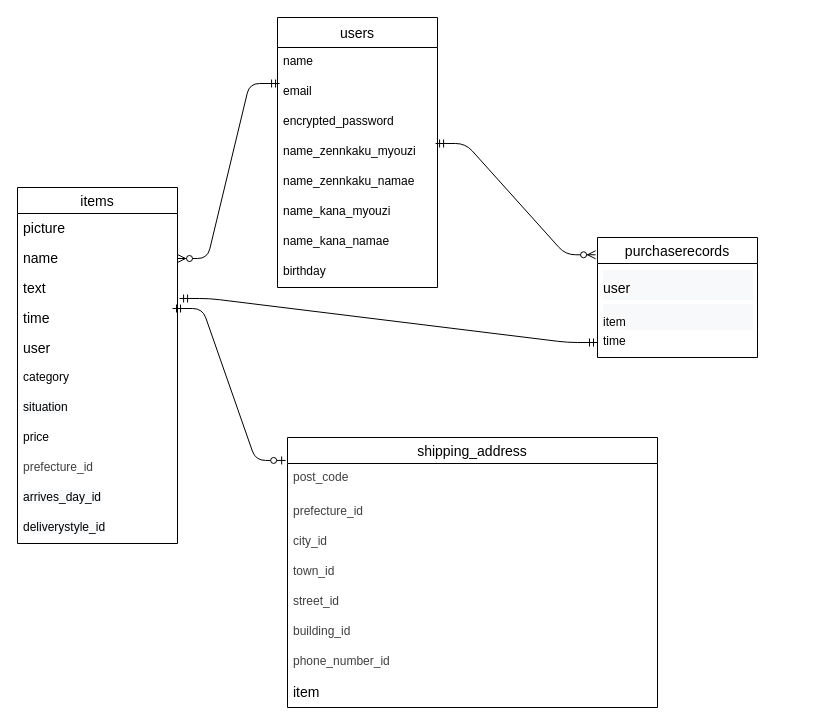
The draw.io diagram .dio in yamashita2902/furima-41809, before the edit. Source tidied: cells renumbered, new cells numbered last; positions are measured from the earlier drawing's top-left corner, leaving out a move shared by most shapes. Both pictures are drawn from the tidied source at 100%, with x=0, y=0 at pixel (17, 17).
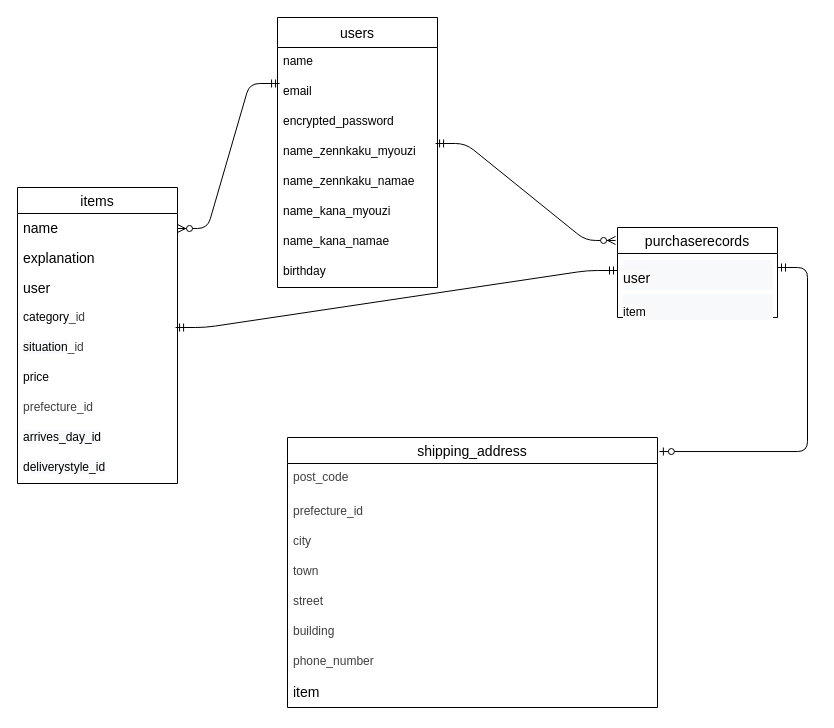
The same page after the edit.

Commit message (it also covers changes not shown here):
データベース設計修正２

Unchanged cells that the change refers to:
```xml
<mxCell id="24" value="&lt;pre class=&quot;tw-data-text tw-text-large tw-ta&quot; id=&quot;tw-target-text&quot; dir=&quot;ltr&quot; aria-label=&quot;訳文: purchase record&quot; style=&quot;line-height: 36px; background-color: rgb(248, 249, 250); border: none; padding: 2px 0.14em 2px 0px; position: relative; margin-top: -2px; margin-bottom: -2px; resize: none; font-family: inherit; overflow: hidden; width: 270px; text-wrap: wrap; overflow-wrap: break-word; color: rgb(31, 31, 31);&quot;&gt;&lt;span style=&quot;color: rgb(0, 0, 0); font-size: 14px; white-space: nowrap; background-color: rgb(251, 251, 251);&quot;&gt;user&lt;/span&gt;&lt;br&gt;&lt;/pre&gt;" style="text;strokeColor=none;fillColor=none;spacingLeft=4;spacingRight=4;overflow=hidden;points=[[0,0.5],[1,0.5]];portConstraint=eastwest;fontSize=12;whiteSpace=wrap;html=1;labelPosition=center;verticalLabelPosition=middle;align=left;verticalAlign=top;" parent="23" vertex="1">
  <mxGeometry y="26" width="160" height="34" as="geometry" />
</mxCell>
<mxCell id="27" value="shipping_address" style="swimlane;fontStyle=0;horizontal=1;startSize=26;align=center;fontSize=14;" parent="1" vertex="1">
  <mxGeometry x="270" y="420" width="370" height="270" as="geometry" />
</mxCell>
```

What changed in the source:
```diff
@@
     <mxCell id="11" value="items" style="swimlane;fontStyle=0;horizontal=1;startSize=26;align=center;fontSize=14;" parent="1" vertex="1">
-      <mxGeometry y="170" width="160" height="356" as="geometry" />
+      <mxGeometry y="170" width="160" height="296" as="geometry" />
     </mxCell>
-    <mxCell id="12" value="&lt;span style=&quot;color: rgb(0, 0, 0); font-size: 14px; text-align: center; text-wrap: nowrap;&quot;&gt;picture&lt;/span&gt;" style="text;strokeColor=none;fillColor=none;spacingLeft=4;spacingRight=4;overflow=hidden;fontSize=12;whiteSpace=wrap;html=1;" parent="11" vertex="1">
-      <mxGeometry y="26" width="160" height="30" as="geometry" />
-    </mxCell>
     <mxCell id="13" value="&lt;span style=&quot;color: rgb(0, 0, 0); font-size: 14px; text-align: center; text-wrap: nowrap;&quot;&gt;name&lt;/span&gt;" style="text;strokeColor=none;fillColor=none;spacingLeft=4;spacingRight=4;overflow=hidden;points=[[0,0.5],[1,0.5]];portConstraint=eastwest;fontSize=12;whiteSpace=wrap;html=1;" parent="11" vertex="1">
-      <mxGeometry y="56" width="160" height="30" as="geometry" />
+      <mxGeometry y="26" width="160" height="30" as="geometry" />
     </mxCell>
-    <mxCell id="14" value="&lt;span style=&quot;color: rgb(0, 0, 0); font-size: 14px; text-align: center; text-wrap: nowrap;&quot;&gt;text&lt;/span&gt;" style="text;strokeColor=none;fillColor=none;spacingLeft=4;spacingRight=4;overflow=hidden;points=[[0,0.5],[1,0.5]];portConstraint=eastwest;fontSize=12;whiteSpace=wrap;html=1;" parent="11" vertex="1">
-      <mxGeometry y="86" width="160" height="30" as="geometry" />
+    <mxCell id="14" value="&lt;div style=&quot;text-align: center;&quot;&gt;&lt;span style=&quot;background-color: transparent; font-size: 14px; text-wrap-mode: nowrap;&quot;&gt;explanation&lt;/span&gt;&lt;/div&gt;" style="text;strokeColor=none;fillColor=none;spacingLeft=4;spacingRight=4;overflow=hidden;points=[[0,0.5],[1,0.5]];portConstraint=eastwest;fontSize=12;whiteSpace=wrap;html=1;" parent="11" vertex="1">
+      <mxGeometry y="56" width="160" height="30" as="geometry" />
     </mxCell>
-    <mxCell id="15" value="&lt;span style=&quot;color: rgb(0, 0, 0); font-size: 14px; text-align: center; text-wrap: nowrap;&quot;&gt;time&lt;/span&gt;" style="text;strokeColor=none;fillColor=none;spacingLeft=4;spacingRight=4;overflow=hidden;points=[[0,0.5],[1,0.5]];portConstraint=eastwest;fontSize=12;whiteSpace=wrap;html=1;" parent="11" vertex="1">
-      <mxGeometry y="116" width="160" height="30" as="geometry" />
-    </mxCell>
     <mxCell id="16" value="&lt;span style=&quot;color: rgb(0, 0, 0); font-size: 14px; text-align: center; text-wrap: nowrap;&quot;&gt;user&lt;/span&gt;" style="text;strokeColor=none;fillColor=none;spacingLeft=4;spacingRight=4;overflow=hidden;fontSize=12;whiteSpace=wrap;html=1;" parent="11" vertex="1">
-      <mxGeometry y="146" width="160" height="30" as="geometry" />
+      <mxGeometry y="86" width="160" height="30" as="geometry" />
     </mxCell>
-    <mxCell id="17" value="category" style="text;strokeColor=none;fillColor=none;spacingLeft=4;spacingRight=4;overflow=hidden;points=[[0,0.5],[1,0.5]];portConstraint=eastwest;fontSize=12;whiteSpace=wrap;html=1;" parent="11" vertex="1">
-      <mxGeometry y="176" width="160" height="30" as="geometry" />
+    <mxCell id="17" value="category&lt;span style=&quot;color: rgb(63, 63, 63);&quot;&gt;_id&lt;/span&gt;" style="text;strokeColor=none;fillColor=none;spacingLeft=4;spacingRight=4;overflow=hidden;points=[[0,0.5],[1,0.5]];portConstraint=eastwest;fontSize=12;whiteSpace=wrap;html=1;" parent="11" vertex="1">
+      <mxGeometry y="116" width="160" height="30" as="geometry" />
     </mxCell>
-    <mxCell id="18" value="&lt;font&gt;&lt;span style=&quot;background-color: rgb(248, 249, 250); font-family: inherit;&quot;&gt;situation&lt;/span&gt;&lt;/font&gt;" style="text;strokeColor=none;fillColor=none;spacingLeft=4;spacingRight=4;overflow=hidden;fontSize=12;whiteSpace=wrap;html=1;" parent="11" vertex="1">
-      <mxGeometry y="206" width="160" height="30" as="geometry" />
+    <mxCell id="18" value="&lt;font&gt;&lt;span style=&quot;background-color: rgb(248, 249, 250); font-family: inherit;&quot;&gt;situation&lt;/span&gt;&lt;/font&gt;&lt;span style=&quot;color: rgb(63, 63, 63);&quot;&gt;_id&lt;/span&gt;" style="text;strokeColor=none;fillColor=none;spacingLeft=4;spacingRight=4;overflow=hidden;fontSize=12;whiteSpace=wrap;html=1;" parent="11" vertex="1">
+      <mxGeometry y="146" width="160" height="30" as="geometry" />
     </mxCell>
     <mxCell id="19" value="price" style="text;strokeColor=none;fillColor=none;spacingLeft=4;spacingRight=4;overflow=hidden;fontSize=12;whiteSpace=wrap;html=1;" parent="11" vertex="1">
-      <mxGeometry y="236" width="160" height="30" as="geometry" />
+      <mxGeometry y="176" width="160" height="30" as="geometry" />
     </mxCell>
     <mxCell id="20" value="&lt;span style=&quot;color: rgb(63, 63, 63);&quot;&gt;prefecture_id&lt;/span&gt;" style="text;strokeColor=none;fillColor=none;spacingLeft=4;spacingRight=4;overflow=hidden;fontSize=12;whiteSpace=wrap;html=1;" parent="11" vertex="1">
-      <mxGeometry y="266" width="160" height="30" as="geometry" />
+      <mxGeometry y="206" width="160" height="30" as="geometry" />
     </mxCell>
     <mxCell id="21" value="&lt;span style=&quot;background-color: rgb(248, 249, 250); font-family: inherit;&quot;&gt;arrives_day_id&lt;/span&gt;" style="text;strokeColor=none;fillColor=none;spacingLeft=4;spacingRight=4;overflow=hidden;fontSize=12;whiteSpace=wrap;html=1;" parent="11" vertex="1">
-      <mxGeometry y="296" width="160" height="30" as="geometry" />
+      <mxGeometry y="236" width="160" height="30" as="geometry" />
     </mxCell>
     <mxCell id="22" value="&lt;font&gt;d&lt;span style=&quot;background-color: rgb(248, 249, 250); font-family: inherit;&quot;&gt;eliverystyle_id&lt;/span&gt;&lt;/font&gt;" style="text;strokeColor=none;fillColor=none;spacingLeft=4;spacingRight=4;overflow=hidden;fontSize=12;whiteSpace=wrap;html=1;" parent="11" vertex="1">
-      <mxGeometry y="326" width="160" height="30" as="geometry" />
+      <mxGeometry y="266" width="160" height="30" as="geometry" />
     </mxCell>
     <mxCell id="23" value="purchaserecords" style="swimlane;fontStyle=0;horizontal=1;startSize=26;align=center;fontSize=14;" parent="1" vertex="1">
-      <mxGeometry x="580" y="220" width="160" height="120" as="geometry" />
+      <mxGeometry x="600" y="210" width="160" height="90" as="geometry" />
     </mxCell>
@@
-    <mxCell id="26" value="time" style="text;strokeColor=none;fillColor=none;spacingLeft=4;spacingRight=4;overflow=hidden;points=[[0,0.5],[1,0.5]];portConstraint=eastwest;fontSize=12;whiteSpace=wrap;html=1;" parent="23" vertex="1">
-      <mxGeometry y="90" width="160" height="30" as="geometry" />
-    </mxCell>
@@
-    <mxCell id="30" value="&lt;span style=&quot;color: rgb(63, 63, 63);&quot;&gt;city_id&lt;/span&gt;" style="text;strokeColor=none;fillColor=none;spacingLeft=4;spacingRight=4;overflow=hidden;fontSize=12;whiteSpace=wrap;html=1;" parent="27" vertex="1">
+    <mxCell id="30" value="&lt;span style=&quot;color: rgb(63, 63, 63);&quot;&gt;city&lt;/span&gt;" style="text;strokeColor=none;fillColor=none;spacingLeft=4;spacingRight=4;overflow=hidden;fontSize=12;whiteSpace=wrap;html=1;" parent="27" vertex="1">
       <mxGeometry y="90" width="370" height="30" as="geometry" />
     </mxCell>
-    <mxCell id="31" value="&lt;span style=&quot;color: rgb(63, 63, 63);&quot;&gt;town_id&lt;/span&gt;" style="text;strokeColor=none;fillColor=none;spacingLeft=4;spacingRight=4;overflow=hidden;fontSize=12;whiteSpace=wrap;html=1;" parent="27" vertex="1">
+    <mxCell id="31" value="&lt;span style=&quot;color: rgb(63, 63, 63);&quot;&gt;town&lt;/span&gt;" style="text;strokeColor=none;fillColor=none;spacingLeft=4;spacingRight=4;overflow=hidden;fontSize=12;whiteSpace=wrap;html=1;" parent="27" vertex="1">
       <mxGeometry y="120" width="370" height="30" as="geometry" />
     </mxCell>
-    <mxCell id="32" value="&lt;span style=&quot;scrollbar-color: light-dark(#e2e2e2, #4b4b4b)&lt;br/&gt;&#9;&#9;&#9;&#9;&#9;light-dark(#fbfbfb, var(--dark-panel-color)); color: rgb(63, 63, 63);&quot;&gt;street_id&lt;/span&gt;" style="text;strokeColor=none;fillColor=none;spacingLeft=4;spacingRight=4;overflow=hidden;fontSize=12;whiteSpace=wrap;html=1;" parent="27" vertex="1">
+    <mxCell id="32" value="&lt;span style=&quot;scrollbar-color: light-dark(#e2e2e2, #4b4b4b)&lt;br/&gt;&#9;&#9;&#9;&#9;&#9;light-dark(#fbfbfb, var(--dark-panel-color)); color: rgb(63, 63, 63);&quot;&gt;street&lt;/span&gt;" style="text;strokeColor=none;fillColor=none;spacingLeft=4;spacingRight=4;overflow=hidden;fontSize=12;whiteSpace=wrap;html=1;" parent="27" vertex="1">
       <mxGeometry y="150" width="370" height="30" as="geometry" />
     </mxCell>
-    <mxCell id="33" value="&lt;span style=&quot;scrollbar-color: light-dark(#e2e2e2, #4b4b4b)&lt;br/&gt;&#9;&#9;&#9;&#9;&#9;light-dark(#fbfbfb, var(--dark-panel-color)); color: rgb(63, 63, 63);&quot;&gt;building_id&lt;/span&gt;" style="text;strokeColor=none;fillColor=none;spacingLeft=4;spacingRight=4;overflow=hidden;fontSize=12;whiteSpace=wrap;html=1;" parent="27" vertex="1">
+    <mxCell id="33" value="&lt;span style=&quot;scrollbar-color: light-dark(#e2e2e2, #4b4b4b)&lt;br/&gt;&#9;&#9;&#9;&#9;&#9;light-dark(#fbfbfb, var(--dark-panel-color)); color: rgb(63, 63, 63);&quot;&gt;building&lt;/span&gt;" style="text;strokeColor=none;fillColor=none;spacingLeft=4;spacingRight=4;overflow=hidden;fontSize=12;whiteSpace=wrap;html=1;" parent="27" vertex="1">
       <mxGeometry y="180" width="370" height="30" as="geometry" />
     </mxCell>
-    <mxCell id="34" value="&lt;span style=&quot;scrollbar-color: light-dark(#e2e2e2, #4b4b4b)&lt;br/&gt;&#9;&#9;&#9;&#9;&#9;light-dark(#fbfbfb, var(--dark-panel-color)); color: rgb(63, 63, 63);&quot;&gt;phone_number_id&lt;/span&gt;" style="text;strokeColor=none;fillColor=none;spacingLeft=4;spacingRight=4;overflow=hidden;fontSize=12;whiteSpace=wrap;html=1;" parent="27" vertex="1">
+    <mxCell id="34" value="&lt;span style=&quot;scrollbar-color: light-dark(#e2e2e2, #4b4b4b)&lt;br/&gt;&#9;&#9;&#9;&#9;&#9;light-dark(#fbfbfb, var(--dark-panel-color)); color: rgb(63, 63, 63);&quot;&gt;phone_number&lt;/span&gt;" style="text;strokeColor=none;fillColor=none;spacingLeft=4;spacingRight=4;overflow=hidden;fontSize=12;whiteSpace=wrap;html=1;" parent="27" vertex="1">
       <mxGeometry y="210" width="370" height="30" as="geometry" />
     </mxCell>
@@
-    <mxCell id="36" style="edgeStyle=entityRelationEdgeStyle;fontSize=12;html=1;endArrow=ERmandOne;startArrow=ERmandOne;exitX=1.013;exitY=0.833;exitDx=0;exitDy=0;exitPerimeter=0;entryX=0;entryY=0.5;entryDx=0;entryDy=0;" parent="1" edge="1" source="14" target="26">
+    <mxCell id="36" style="edgeStyle=entityRelationEdgeStyle;fontSize=12;html=1;endArrow=ERmandOne;startArrow=ERmandOne;exitX=0.988;exitY=0.8;exitDx=0;exitDy=0;exitPerimeter=0;entryX=0;entryY=0.5;entryDx=0;entryDy=0;" parent="1" edge="1" source="17" target="24">
       <mxGeometry relative="1" as="geometry">
         <Array as="points">
           <mxPoint x="350" y="520" />
         </Array>
       </mxGeometry>
     </mxCell>
-    <mxCell id="37" style="edgeStyle=entityRelationEdgeStyle;fontSize=12;html=1;endArrow=ERzeroToOne;startArrow=ERmandOne;exitX=0.969;exitY=0.167;exitDx=0;exitDy=0;exitPerimeter=0;entryX=-0.005;entryY=0.085;entryDx=0;entryDy=0;entryPerimeter=0;" parent="1" edge="1" source="15" target="27">
-      <mxGeometry relative="1" as="geometry" />
+    <mxCell id="37" style="edgeStyle=entityRelationEdgeStyle;fontSize=12;html=1;endArrow=ERzeroToOne;startArrow=ERmandOne;entryX=1.005;entryY=0.052;entryDx=0;entryDy=0;entryPerimeter=0;" parent="1" edge="1" target="27">
+      <mxGeometry relative="1" as="geometry">
+        <mxPoint x="760" y="250" as="sourcePoint" />
+      </mxGeometry>
     </mxCell>
```
